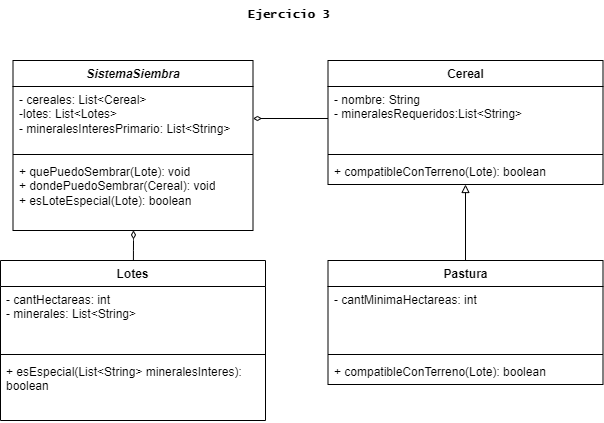
Yaco10/ejercicios-poo-java keeps this draw.io diagram as practica3/SistemaSiembra/Docs/Diagrama Clases - Sistema Siembra.png. Above is the earlier version. Source tidied: cells renumbered, new cells last; positions are measured from the earlier drawing's top-left corner, leaving out a move shared by most shapes. The source it was exported from:
```xml
<mxGraphModel background="#ffffff">
  <root>
    <mxCell id="0" />
    <mxCell id="1" parent="0" />
    <mxCell id="2" value="Lotes" style="swimlane;fontStyle=1;align=center;verticalAlign=top;horizontal=1;startSize=26;whiteSpace=wrap;html=1;" parent="1" vertex="1">
      <mxGeometry y="260" width="265" height="160" as="geometry" />
    </mxCell>
    <mxCell id="3" value="- cantHectareas: int&lt;div&gt;- minerales: List&amp;lt;String&amp;gt;&lt;/div&gt;" style="text;strokeColor=none;fillColor=none;align=left;verticalAlign=top;spacingLeft=4;spacingRight=4;overflow=hidden;whiteSpace=wrap;html=1;" parent="2" vertex="1">
      <mxGeometry y="26" width="265" height="64" as="geometry" />
    </mxCell>
    <mxCell id="4" style="line;strokeWidth=1;fillColor=none;align=left;verticalAlign=middle;spacingTop=-1;spacingLeft=3;spacingRight=3;labelPosition=right;strokeColor=inherit;" parent="2" vertex="1">
      <mxGeometry y="90" width="265" height="8" as="geometry" />
    </mxCell>
    <mxCell id="5" value="+ esEspecial(List&amp;lt;String&amp;gt; mineralesInteres): boolean" style="text;strokeColor=none;fillColor=none;align=left;verticalAlign=top;spacingLeft=4;spacingRight=4;overflow=hidden;whiteSpace=wrap;html=1;" parent="2" vertex="1">
      <mxGeometry y="98" width="265" height="62" as="geometry" />
    </mxCell>
    <mxCell id="6" value="Cereal" style="swimlane;fontStyle=1;align=center;verticalAlign=top;horizontal=1;startSize=26;whiteSpace=wrap;html=1;" parent="1" vertex="1">
      <mxGeometry x="327.5" y="60" width="275" height="124" as="geometry" />
    </mxCell>
    <mxCell id="7" value="&lt;div&gt;- nombre: String&lt;/div&gt;&lt;div&gt;- mineralesRequeridos:List&amp;lt;String&amp;gt;&lt;/div&gt;" style="text;strokeColor=none;fillColor=none;align=left;verticalAlign=top;spacingLeft=4;spacingRight=4;overflow=hidden;points=[[0,0.5],[1,0.5]];portConstraint=eastwest;whiteSpace=wrap;html=1;" parent="6" vertex="1">
      <mxGeometry y="26" width="275" height="64" as="geometry" />
    </mxCell>
    <mxCell id="8" style="line;strokeWidth=1;fillColor=none;align=left;verticalAlign=middle;spacingTop=-1;spacingLeft=3;spacingRight=3;labelPosition=right;strokeColor=inherit;" parent="6" vertex="1">
      <mxGeometry y="90" width="275" height="8" as="geometry" />
    </mxCell>
    <mxCell id="9" value="+ compatibleConTerreno(Lote): boolean" style="text;strokeColor=none;fillColor=none;align=left;verticalAlign=top;spacingLeft=4;spacingRight=4;overflow=hidden;whiteSpace=wrap;html=1;" parent="6" vertex="1">
      <mxGeometry y="98" width="275" height="26" as="geometry" />
    </mxCell>
    <mxCell id="10" style="edgeStyle=orthogonalEdgeStyle;rounded=0;jettySize=auto;html=1;endArrow=block;endFill=0;" parent="1" edge="1" source="11" target="6">
      <mxGeometry relative="1" as="geometry" />
    </mxCell>
    <mxCell id="11" value="Pastura" style="swimlane;fontStyle=1;align=center;verticalAlign=top;horizontal=1;startSize=26;whiteSpace=wrap;html=1;" parent="1" vertex="1">
      <mxGeometry x="327.5" y="260" width="275" height="124" as="geometry" />
    </mxCell>
    <mxCell id="12" value="&lt;div&gt;&lt;div&gt;&lt;span style=&quot;background-color: initial;&quot;&gt;- cantMinimaHectareas: int&lt;/span&gt;&lt;br&gt;&lt;/div&gt;&lt;/div&gt;&lt;div&gt;&lt;br&gt;&lt;/div&gt;" style="text;strokeColor=none;fillColor=none;align=left;verticalAlign=top;spacingLeft=4;spacingRight=4;overflow=hidden;whiteSpace=wrap;html=1;" parent="11" vertex="1">
      <mxGeometry y="26" width="275" height="64" as="geometry" />
    </mxCell>
    <mxCell id="13" style="line;strokeWidth=1;fillColor=none;align=left;verticalAlign=middle;spacingTop=-1;spacingLeft=3;spacingRight=3;labelPosition=right;strokeColor=inherit;" parent="11" vertex="1">
      <mxGeometry y="90" width="275" height="8" as="geometry" />
    </mxCell>
    <mxCell id="14" value="+ compatibleConTerreno(Lote): boolean" style="text;strokeColor=none;fillColor=none;align=left;verticalAlign=top;spacingLeft=4;spacingRight=4;overflow=hidden;whiteSpace=wrap;html=1;" parent="11" vertex="1">
      <mxGeometry y="98" width="275" height="26" as="geometry" />
    </mxCell>
    <mxCell id="15" value="&lt;i&gt;SistemaSiembra&lt;/i&gt;" style="swimlane;fontStyle=1;align=center;verticalAlign=top;horizontal=1;startSize=26;whiteSpace=wrap;html=1;" parent="1" vertex="1">
      <mxGeometry x="12.5" y="60" width="240" height="170" as="geometry" />
    </mxCell>
    <mxCell id="16" value="- cereales: List&amp;lt;Cereal&amp;gt;&lt;div&gt;-lotes: List&amp;lt;Lotes&amp;gt;&lt;br&gt;&lt;div&gt;- mineralesInteresPrimario: List&amp;lt;String&amp;gt;&lt;/div&gt;&lt;/div&gt;" style="text;strokeColor=none;fillColor=none;align=left;verticalAlign=top;spacingLeft=4;spacingRight=4;overflow=hidden;points=[[0,0.5],[1,0.5]];portConstraint=eastwest;whiteSpace=wrap;html=1;" parent="15" vertex="1">
      <mxGeometry y="26" width="240" height="64" as="geometry" />
    </mxCell>
    <mxCell id="17" style="line;strokeWidth=1;fillColor=none;align=left;verticalAlign=middle;spacingTop=-1;spacingLeft=3;spacingRight=3;labelPosition=right;strokeColor=inherit;" parent="15" vertex="1">
      <mxGeometry y="90" width="240" height="8" as="geometry" />
    </mxCell>
    <mxCell id="18" value="+ quePuedoSembrar(Lote): void&lt;div&gt;&lt;div&gt;+ dondePuedoSembrar(Cereal): void&lt;/div&gt;&lt;div&gt;+ esLoteEspecial(Lote): boolean&lt;/div&gt;&lt;/div&gt;" style="text;strokeColor=none;fillColor=none;align=left;verticalAlign=top;spacingLeft=4;spacingRight=4;overflow=hidden;points=[[0,0.5],[1,0.5]];portConstraint=eastwest;whiteSpace=wrap;html=1;" parent="15" vertex="1">
      <mxGeometry y="98" width="240" height="72" as="geometry" />
    </mxCell>
    <mxCell id="19" style="edgeStyle=none;html=1;entryX=0.502;entryY=0.999;entryDx=0;entryDy=0;entryPerimeter=0;endArrow=diamondThin;endFill=0;startArrow=none;startFill=0;targetPerimeterSpacing=-1;" parent="1" edge="1" source="2" target="18">
      <mxGeometry relative="1" as="geometry">
        <Array as="points">
          <mxPoint x="133" y="240" />
        </Array>
      </mxGeometry>
    </mxCell>
    <mxCell id="20" style="edgeStyle=orthogonalEdgeStyle;rounded=0;jettySize=auto;html=1;entryX=0;entryY=0.5;entryDx=0;entryDy=0;startArrow=diamondThin;startFill=0;endSize=7;endArrow=none;endFill=0;" parent="1" edge="1" source="16" target="7">
      <mxGeometry relative="1" as="geometry" />
    </mxCell>
    <mxCell id="21" value="Ejercicio 3" style="text;html=1;align=center;verticalAlign=middle;strokeColor=none;fillColor=none;fontFamily=Lucida Console;fontStyle=1;" parent="1" vertex="1">
      <mxGeometry x="237.5" width="100" height="30" as="geometry" />
    </mxCell>
  </root>
</mxGraphModel>
```
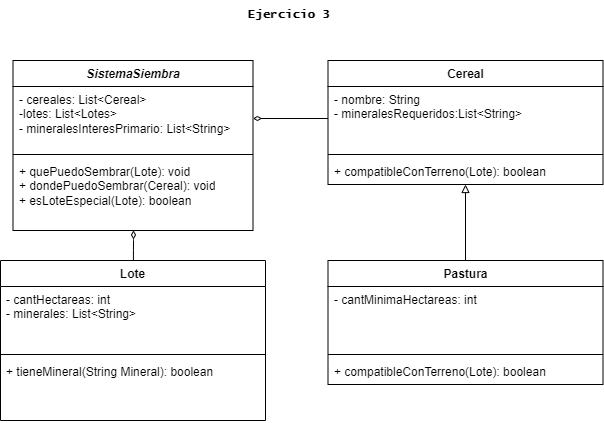
Above is the later version.

What changed in the source:
```diff
@@ -2,7 +2,7 @@
   <root>
     <mxCell id="0" />
     <mxCell id="1" parent="0" />
-    <mxCell id="2" value="Lotes" style="swimlane;fontStyle=1;align=center;verticalAlign=top;horizontal=1;startSize=26;whiteSpace=wrap;html=1;" parent="1" vertex="1">
+    <mxCell id="2" value="Lote" style="swimlane;fontStyle=1;align=center;verticalAlign=top;horizontal=1;startSize=26;whiteSpace=wrap;html=1;" parent="1" vertex="1">
       <mxGeometry y="260" width="265" height="160" as="geometry" />
     </mxCell>
     <mxCell id="3" value="- cantHectareas: int&lt;div&gt;- minerales: List&amp;lt;String&amp;gt;&lt;/div&gt;" style="text;strokeColor=none;fillColor=none;align=left;verticalAlign=top;spacingLeft=4;spacingRight=4;overflow=hidden;whiteSpace=wrap;html=1;" parent="2" vertex="1">
@@ -11,7 +11,7 @@
     <mxCell id="4" style="line;strokeWidth=1;fillColor=none;align=left;verticalAlign=middle;spacingTop=-1;spacingLeft=3;spacingRight=3;labelPosition=right;strokeColor=inherit;" parent="2" vertex="1">
       <mxGeometry y="90" width="265" height="8" as="geometry" />
     </mxCell>
-    <mxCell id="5" value="+ esEspecial(List&amp;lt;String&amp;gt; mineralesInteres): boolean" style="text;strokeColor=none;fillColor=none;align=left;verticalAlign=top;spacingLeft=4;spacingRight=4;overflow=hidden;whiteSpace=wrap;html=1;" parent="2" vertex="1">
+    <mxCell id="5" value="+ tieneMineral(String Mineral): boolean" style="text;strokeColor=none;fillColor=none;align=left;verticalAlign=top;spacingLeft=4;spacingRight=4;overflow=hidden;whiteSpace=wrap;html=1;" parent="2" vertex="1">
       <mxGeometry y="98" width="265" height="62" as="geometry" />
     </mxCell>
     <mxCell id="6" value="Cereal" style="swimlane;fontStyle=1;align=center;verticalAlign=top;horizontal=1;startSize=26;whiteSpace=wrap;html=1;" parent="1" vertex="1">
```
